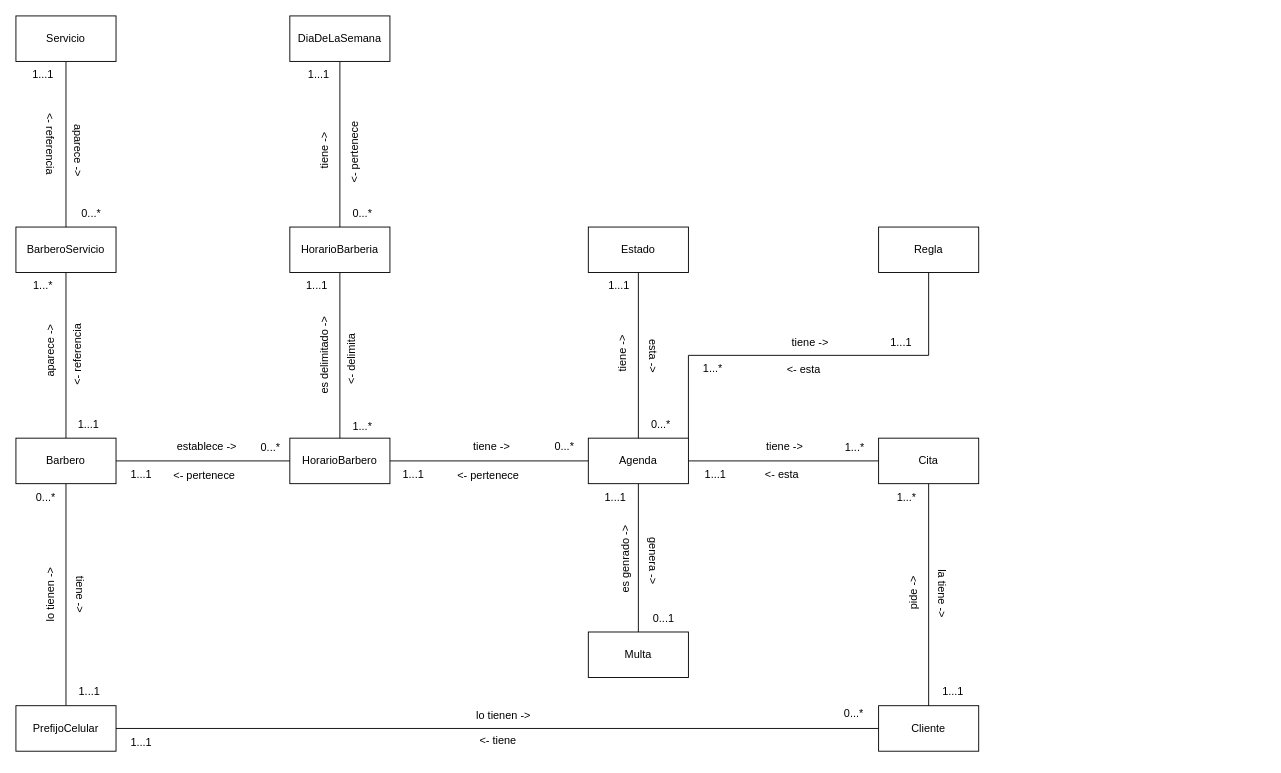
Leandro-Gomez-12345/Proyecto-extra-clase-DOO keeps this draw.io diagram as page "Página-2" (2 of 2) of Modelo de Dominio.drawio. Above is the earlier version. Source tidied: cells renumbered, new cells numbered last; positions are measured from the earlier drawing's top-left corner, leaving out a move shared by most shapes. Both pictures are drawn from the tidied source at 91%, with x=0, y=0 at pixel (15, 15).
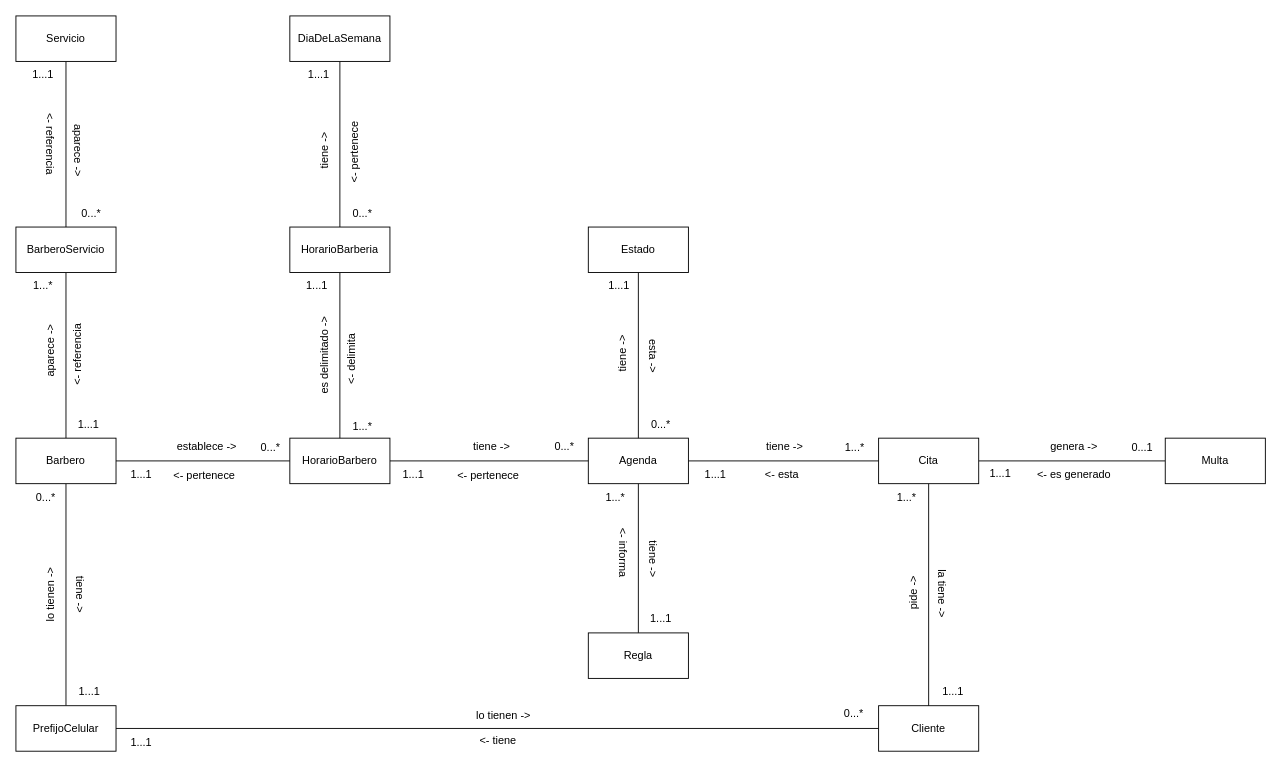
Above is the later version.

Commit message (it also covers changes not shown here):
Se hicieron los cambios en el modelo de dominio, tanto en el anemico como en el muestreo de datos. Se cambiarosn algunas relaciones y se añadieron atributos a los objetos de dominio

Unchanged cells that the change refers to:
```xml
<mxCell id="4" value="Cita" style="rounded=0;whiteSpace=wrap;html=1;" parent="1" vertex="1">
  <mxGeometry x="948" y="464" width="110" height="50" as="geometry" />
</mxCell>
<mxCell id="8" value="Agenda" style="rounded=0;whiteSpace=wrap;html=1;" parent="1" vertex="1">
  <mxGeometry x="629" y="464" width="110" height="50" as="geometry" />
</mxCell>
```

Diff of the diagram source:
```diff
@@
+    <mxCell id="80" style="edgeStyle=orthogonalEdgeStyle;rounded=0;jettySize=auto;html=1;endArrow=none;endFill=0;" parent="1" edge="1" source="4" target="70">
+      <mxGeometry relative="1" as="geometry" />
+    </mxCell>
@@
-    <mxCell id="6" style="edgeStyle=orthogonalEdgeStyle;rounded=0;jettySize=auto;html=1;endArrow=none;endFill=0;" parent="1" edge="1" source="8" target="70">
-      <mxGeometry relative="1" as="geometry" />
-    </mxCell>
-    <mxCell id="7" style="edgeStyle=orthogonalEdgeStyle;rounded=0;jettySize=auto;html=1;exitX=1;exitY=0;exitDx=0;exitDy=0;entryX=0.5;entryY=1;entryDx=0;entryDy=0;endArrow=none;endFill=0;" parent="1" edge="1" source="8" target="75">
+    <mxCell id="7" style="edgeStyle=orthogonalEdgeStyle;rounded=0;jettySize=auto;html=1;endArrow=none;endFill=0;" parent="1" edge="1" source="8" target="75">
       <mxGeometry relative="1" as="geometry" />
     </mxCell>
@@
     <mxCell id="70" value="Multa" style="rounded=0;whiteSpace=wrap;html=1;" parent="1" vertex="1">
-      <mxGeometry x="629" y="677" width="110" height="50" as="geometry" />
+      <mxGeometry x="1263" y="464" width="110" height="50" as="geometry" />
     </mxCell>
-    <mxCell id="71" value="genera -&amp;gt;" style="text;html=1;whiteSpace=wrap;strokeColor=none;fillColor=none;align=center;verticalAlign=middle;rounded=0;rotation=90;" parent="1" vertex="1">
-      <mxGeometry x="670" y="584" width="60" height="30" as="geometry" />
+    <mxCell id="71" value="genera -&amp;gt;" style="text;html=1;whiteSpace=wrap;strokeColor=none;fillColor=none;align=center;verticalAlign=middle;rounded=0;rotation=0;" parent="1" vertex="1">
+      <mxGeometry x="1133" y="459" width="60" height="30" as="geometry" />
     </mxCell>
     <mxCell id="72" value="0...1" style="text;html=1;whiteSpace=wrap;strokeColor=none;fillColor=none;align=center;verticalAlign=middle;rounded=0;" parent="1" vertex="1">
-      <mxGeometry x="682" y="648" width="60" height="30" as="geometry" />
+      <mxGeometry x="1208" y="460" width="60" height="30" as="geometry" />
     </mxCell>
-    <mxCell id="73" value="es genrado -&amp;gt;" style="text;html=1;whiteSpace=wrap;strokeColor=none;fillColor=none;align=center;verticalAlign=middle;rounded=0;rotation=-90;" parent="1" vertex="1">
-      <mxGeometry x="630" y="582" width="80" height="30" as="geometry" />
-    </mxCell>
     <mxCell id="74" value="1...1" style="text;html=1;whiteSpace=wrap;strokeColor=none;fillColor=none;align=center;verticalAlign=middle;rounded=0;" parent="1" vertex="1">
-      <mxGeometry x="629" y="514" width="60" height="30" as="geometry" />
+      <mxGeometry x="1052" y="488" width="60" height="30" as="geometry" />
     </mxCell>
     <mxCell id="75" value="Regla" style="rounded=0;whiteSpace=wrap;html=1;" parent="1" vertex="1">
-      <mxGeometry x="948" y="232" width="110" height="50" as="geometry" />
+      <mxGeometry x="629" y="678" width="110" height="50" as="geometry" />
     </mxCell>
-    <mxCell id="76" value="tiene -&amp;gt;" style="text;html=1;whiteSpace=wrap;strokeColor=none;fillColor=none;align=center;verticalAlign=middle;rounded=0;rotation=0;" parent="1" vertex="1">
-      <mxGeometry x="843" y="344" width="60" height="30" as="geometry" />
+    <mxCell id="76" value="tiene -&amp;gt;" style="text;html=1;whiteSpace=wrap;strokeColor=none;fillColor=none;align=center;verticalAlign=middle;rounded=0;rotation=90;" parent="1" vertex="1">
+      <mxGeometry x="670" y="582" width="60" height="30" as="geometry" />
     </mxCell>
-    <mxCell id="77" value="&amp;lt;- esta" style="text;html=1;whiteSpace=wrap;strokeColor=none;fillColor=none;align=center;verticalAlign=middle;rounded=0;rotation=0;" parent="1" vertex="1">
-      <mxGeometry x="829" y="374" width="74" height="30" as="geometry" />
+    <mxCell id="77" value="&amp;lt;- informa" style="text;html=1;whiteSpace=wrap;strokeColor=none;fillColor=none;align=center;verticalAlign=middle;rounded=0;rotation=90;" parent="1" vertex="1">
+      <mxGeometry x="630" y="575" width="74" height="30" as="geometry" />
     </mxCell>
     <mxCell id="78" value="1...1" style="text;html=1;whiteSpace=wrap;strokeColor=none;fillColor=none;align=center;verticalAlign=middle;rounded=0;" parent="1" vertex="1">
-      <mxGeometry x="943" y="344" width="60" height="30" as="geometry" />
+      <mxGeometry x="679" y="648" width="60" height="30" as="geometry" />
     </mxCell>
     <mxCell id="79" value="1...*" style="text;html=1;whiteSpace=wrap;strokeColor=none;fillColor=none;align=center;verticalAlign=middle;rounded=0;" parent="1" vertex="1">
-      <mxGeometry x="736" y="373" width="60" height="30" as="geometry" />
+      <mxGeometry x="629" y="514" width="60" height="30" as="geometry" />
     </mxCell>
+    <mxCell id="81" value="&amp;lt;- es generado" style="text;html=1;whiteSpace=wrap;strokeColor=none;fillColor=none;align=center;verticalAlign=middle;rounded=0;rotation=0;" parent="1" vertex="1">
+      <mxGeometry x="1113" y="489" width="100" height="30" as="geometry" />
+    </mxCell>
```
